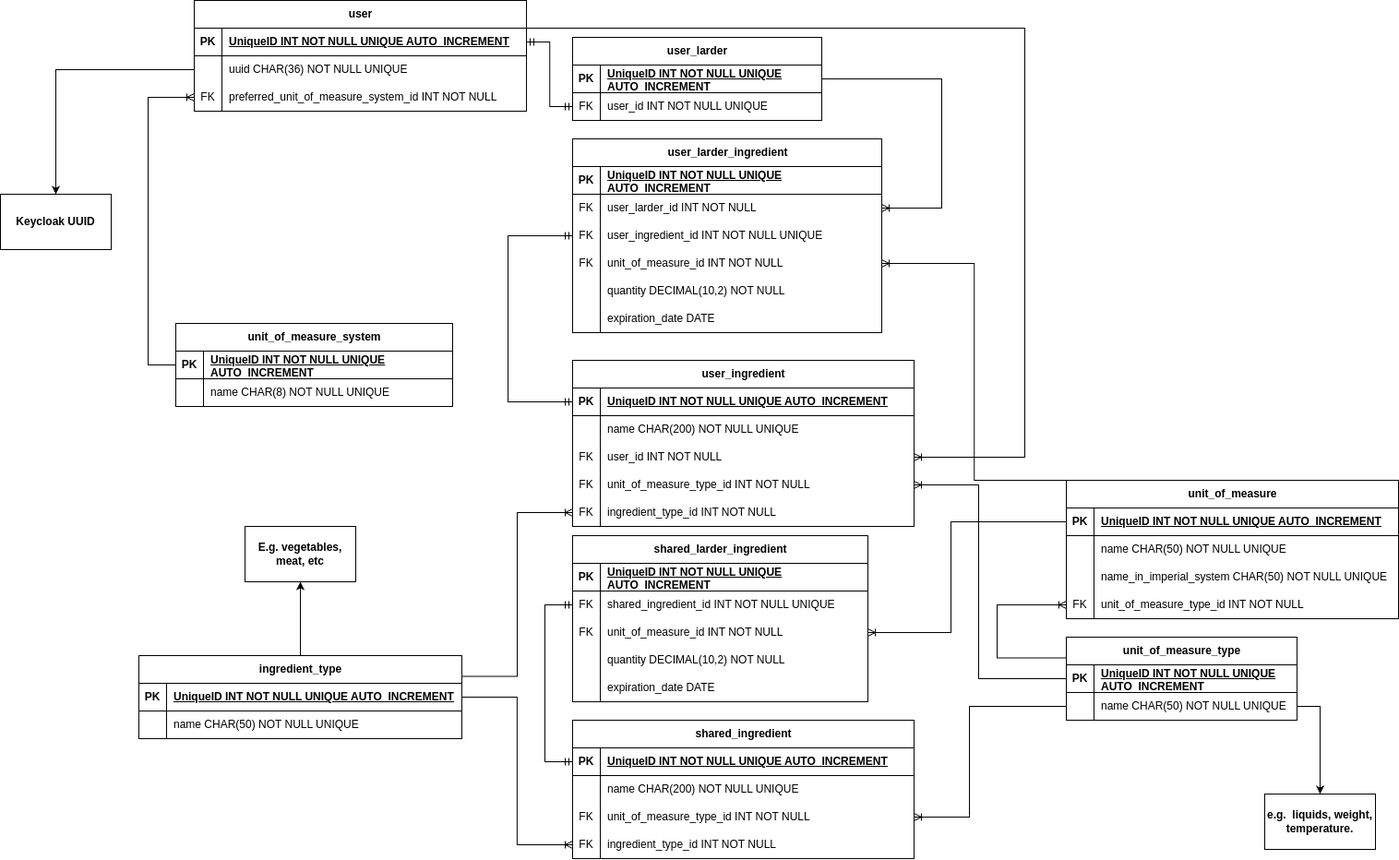
Earlier version of the draw.io export Life-organizer database.png (Ulisessg/life-organizer). Source tidied: cells renumbered, new cells last; positions are measured from the earlier drawing's top-left corner, leaving out a move shared by most shapes.
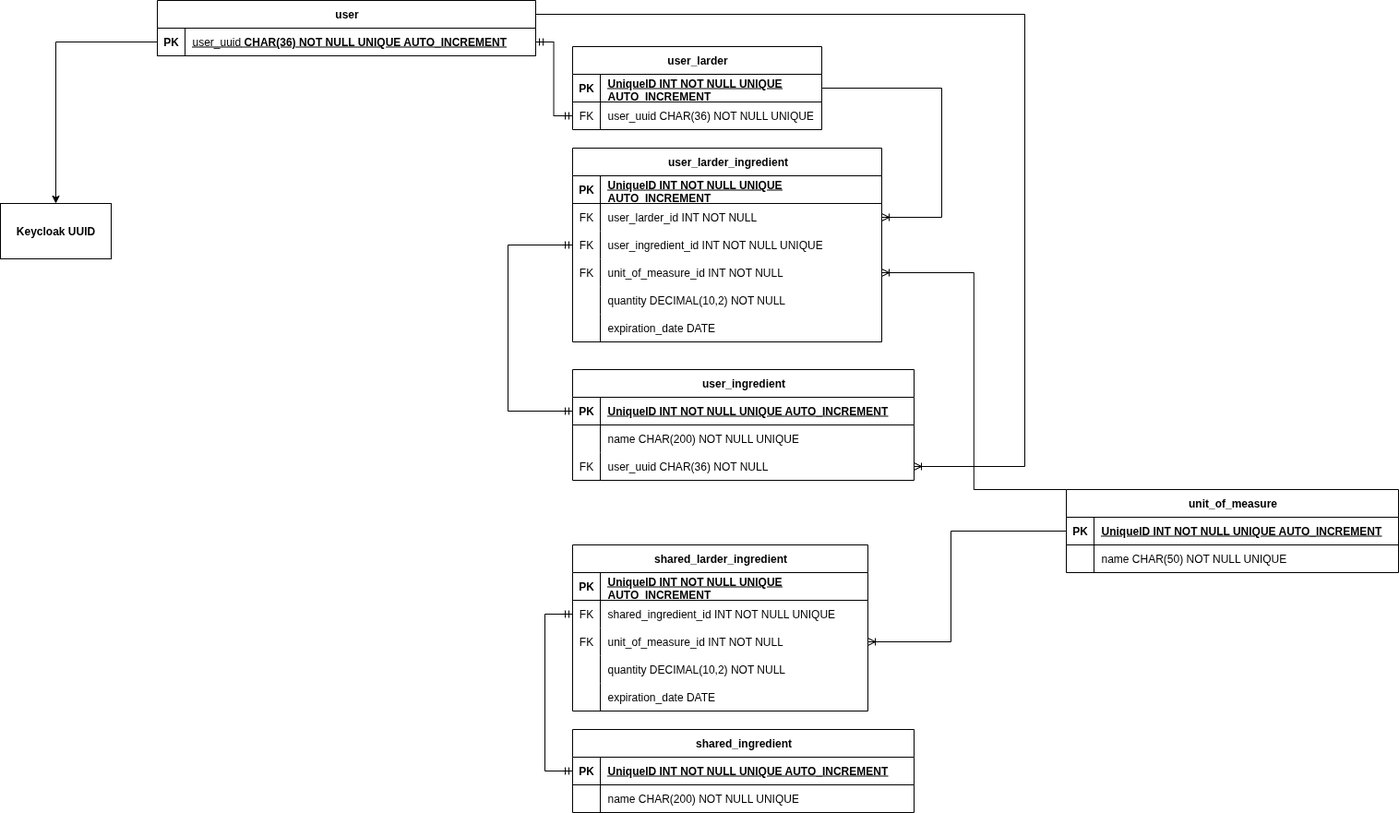
Above is the later version.

Commit message:
Database simplified

Change to the diagram source:
```diff
@@ -4,3 +4,3 @@
     <mxCell id="1" parent="0" />
-    <mxCell id="2" style="edgeStyle=orthogonalEdgeStyle;rounded=0;jettySize=auto;html=1;exitX=0;exitY=0.5;exitDx=0;exitDy=0;" parent="1" edge="1" source="7" target="131">
+    <mxCell id="2" style="edgeStyle=orthogonalEdgeStyle;rounded=0;jettySize=auto;html=1;exitX=0;exitY=0.5;exitDx=0;exitDy=0;" parent="1" edge="1" source="4" target="131">
       <mxGeometry relative="1" as="geometry" />
@@ -8,6 +8,6 @@
     <mxCell id="3" value="user" style="shape=table;startSize=30;rowLines=0;fontStyle=1;align=center;html=1;" parent="1" vertex="1">
-      <mxGeometry x="210" width="360" height="120" as="geometry" />
+      <mxGeometry x="170" y="-10" width="410" height="60" as="geometry" />
     </mxCell>
     <mxCell id="4" style="shape=tableRow;horizontal=0;startSize=0;swimlaneHead=0;swimlaneBody=0;fillColor=none;points=[[0,0.5],[1,0.5]];portConstraint=eastwest;top=0;left=0;right=0;bottom=1;" parent="3" vertex="1">
-      <mxGeometry y="30" width="360" height="30" as="geometry" />
+      <mxGeometry y="30" width="410" height="30" as="geometry" />
     </mxCell>
@@ -16,53 +16,7 @@
     </mxCell>
-    <mxCell id="6" value="UniqueID INT&amp;nbsp;NOT NULL UNIQUE AUTO_INCREMENT" style="shape=partialRectangle;fillColor=none;top=0;left=0;bottom=0;right=0;align=left;spacingLeft=6;fontStyle=5;overflow=hidden;whiteSpace=wrap;html=1;" parent="4" vertex="1">
-      <mxGeometry x="30" width="330" height="30" as="geometry" />
+    <mxCell id="6" value="&lt;span style=&quot;font-weight: 400;&quot;&gt;user_uuid&lt;/span&gt;&amp;nbsp;CHAR(36)&amp;nbsp;NOT NULL UNIQUE AUTO_INCREMENT" style="shape=partialRectangle;fillColor=none;top=0;left=0;bottom=0;right=0;align=left;spacingLeft=6;fontStyle=5;overflow=hidden;whiteSpace=wrap;html=1;" parent="4" vertex="1">
+      <mxGeometry x="30" width="380" height="30" as="geometry" />
     </mxCell>
-    <mxCell id="7" style="shape=tableRow;horizontal=0;startSize=0;swimlaneHead=0;swimlaneBody=0;fillColor=none;points=[[0,0.5],[1,0.5]];portConstraint=eastwest;top=0;left=0;right=0;bottom=0;" parent="3" vertex="1">
-      <mxGeometry y="60" width="360" height="30" as="geometry" />
-    </mxCell>
-    <mxCell id="8" style="shape=partialRectangle;fillColor=none;top=0;left=0;bottom=0;right=0;overflow=hidden;whiteSpace=wrap;html=1;" parent="7" vertex="1">
-      <mxGeometry width="30" height="30" as="geometry" />
-    </mxCell>
-    <mxCell id="9" value="uuid CHAR(36) NOT NULL UNIQUE" style="shape=partialRectangle;fillColor=none;top=0;left=0;bottom=0;right=0;align=left;spacingLeft=6;overflow=hidden;whiteSpace=wrap;html=1;" parent="7" vertex="1">
-      <mxGeometry x="30" width="330" height="30" as="geometry" />
-    </mxCell>
-    <mxCell id="10" style="shape=tableRow;horizontal=0;startSize=0;swimlaneHead=0;swimlaneBody=0;fillColor=none;points=[[0,0.5],[1,0.5]];portConstraint=eastwest;top=0;left=0;right=0;bottom=0;" parent="3" vertex="1">
-      <mxGeometry y="90" width="360" height="30" as="geometry" />
-    </mxCell>
-    <mxCell id="11" value="FK" style="shape=partialRectangle;fillColor=none;top=0;left=0;bottom=0;right=0;overflow=hidden;whiteSpace=wrap;html=1;" parent="10" vertex="1">
-      <mxGeometry width="30" height="30" as="geometry" />
-    </mxCell>
-    <mxCell id="12" value="preferred_unit_of_measure_system_id INT NOT NULL" style="shape=partialRectangle;fillColor=none;top=0;left=0;bottom=0;right=0;align=left;spacingLeft=6;overflow=hidden;whiteSpace=wrap;html=1;" parent="10" vertex="1">
-      <mxGeometry x="30" width="330" height="30" as="geometry" />
-    </mxCell>
-    <mxCell id="13" value="unit_of_measure_system" style="shape=table;startSize=30;rowLines=0;fontStyle=1;align=center;html=1;" parent="1" vertex="1">
-      <mxGeometry x="190" y="350" width="300" height="90" as="geometry" />
-    </mxCell>
-    <mxCell id="14" style="shape=tableRow;horizontal=0;startSize=0;swimlaneHead=0;swimlaneBody=0;fillColor=none;points=[[0,0.5],[1,0.5]];portConstraint=eastwest;top=0;left=0;right=0;bottom=1;" parent="13" vertex="1">
-      <mxGeometry y="30" width="300" height="30" as="geometry" />
-    </mxCell>
-    <mxCell id="15" value="PK" style="shape=partialRectangle;fillColor=none;top=0;left=0;bottom=0;right=0;fontStyle=1;overflow=hidden;whiteSpace=wrap;html=1;" parent="14" vertex="1">
-      <mxGeometry width="30" height="30" as="geometry" />
-    </mxCell>
-    <mxCell id="16" value="UniqueID INT&amp;nbsp;NOT NULL UNIQUE AUTO_INCREMENT" style="shape=partialRectangle;fillColor=none;top=0;left=0;bottom=0;right=0;align=left;spacingLeft=6;fontStyle=5;overflow=hidden;whiteSpace=wrap;html=1;" parent="14" vertex="1">
-      <mxGeometry x="30" width="270" height="30" as="geometry" />
-    </mxCell>
-    <mxCell id="17" style="shape=tableRow;horizontal=0;startSize=0;swimlaneHead=0;swimlaneBody=0;fillColor=none;top=0;left=0;right=0;bottom=0;" parent="13" vertex="1">
-      <mxGeometry y="60" width="300" height="30" as="geometry" />
-    </mxCell>
-    <mxCell id="18" style="shape=partialRectangle;fillColor=none;top=0;left=0;bottom=0;right=0;overflow=hidden;whiteSpace=wrap;html=1;" parent="17" vertex="1">
-      <mxGeometry width="30" height="30" as="geometry" />
-    </mxCell>
-    <mxCell id="19" value="name CHAR(8) NOT NULL UNIQUE" style="shape=partialRectangle;fillColor=none;top=0;left=0;bottom=0;right=0;align=left;spacingLeft=6;overflow=hidden;whiteSpace=wrap;html=1;" parent="17" vertex="1">
-      <mxGeometry x="30" width="270" height="30" as="geometry" />
-    </mxCell>
-    <mxCell id="20" style="edgeStyle=elbowEdgeStyle;fontSize=12;html=1;endArrow=ERoneToMany;rounded=0;exitX=0;exitY=0.5;exitDx=0;exitDy=0;entryX=0;entryY=0.5;entryDx=0;entryDy=0;elbow=vertical;" parent="1" edge="1" source="14" target="10">
-      <mxGeometry relative="1" as="geometry">
-        <Array as="points">
-          <mxPoint x="160" y="340" />
-        </Array>
-      </mxGeometry>
-    </mxCell>
     <mxCell id="21" value="user_ingredient" style="shape=table;startSize=30;rowLines=0;fontStyle=1;align=center;html=1;" parent="1" vertex="1">
-      <mxGeometry x="620" y="390" width="370" height="180" as="geometry" />
+      <mxGeometry x="620" y="390" width="370" height="120" as="geometry" />
     </mxCell>
@@ -92,56 +46,7 @@
     </mxCell>
-    <mxCell id="30" value="user_id INT NOT NULL" style="shape=partialRectangle;fillColor=none;top=0;left=0;bottom=0;right=0;align=left;spacingLeft=6;overflow=hidden;whiteSpace=wrap;html=1;" parent="28" vertex="1">
+    <mxCell id="30" value="user_uuid CHAR(36) NOT NULL" style="shape=partialRectangle;fillColor=none;top=0;left=0;bottom=0;right=0;align=left;spacingLeft=6;overflow=hidden;whiteSpace=wrap;html=1;" parent="28" vertex="1">
       <mxGeometry x="30" width="340" height="30" as="geometry" />
     </mxCell>
-    <mxCell id="31" style="shape=tableRow;horizontal=0;startSize=0;swimlaneHead=0;swimlaneBody=0;fillColor=none;points=[[0,0.5],[1,0.5]];portConstraint=eastwest;top=0;left=0;right=0;bottom=0;" parent="21" vertex="1">
-      <mxGeometry y="120" width="370" height="30" as="geometry" />
-    </mxCell>
-    <mxCell id="32" value="FK" style="shape=partialRectangle;fillColor=none;top=0;left=0;bottom=0;right=0;overflow=hidden;whiteSpace=wrap;html=1;" parent="31" vertex="1">
-      <mxGeometry width="30" height="30" as="geometry" />
-    </mxCell>
-    <mxCell id="33" value="unit_of_measure_type_id INT NOT NULL" style="shape=partialRectangle;fillColor=none;top=0;left=0;bottom=0;right=0;align=left;spacingLeft=6;overflow=hidden;whiteSpace=wrap;html=1;" parent="31" vertex="1">
-      <mxGeometry x="30" width="340" height="30" as="geometry" />
-    </mxCell>
-    <mxCell id="34" style="shape=tableRow;horizontal=0;startSize=0;swimlaneHead=0;swimlaneBody=0;fillColor=none;points=[[0,0.5],[1,0.5]];portConstraint=eastwest;top=0;left=0;right=0;bottom=0;" parent="21" vertex="1">
-      <mxGeometry y="150" width="370" height="30" as="geometry" />
-    </mxCell>
-    <mxCell id="35" value="FK" style="shape=partialRectangle;fillColor=none;top=0;left=0;bottom=0;right=0;overflow=hidden;whiteSpace=wrap;html=1;" parent="34" vertex="1">
-      <mxGeometry width="30" height="30" as="geometry" />
-    </mxCell>
-    <mxCell id="36" value="ingredient_type_id&amp;nbsp;INT NOT NULL" style="shape=partialRectangle;fillColor=none;top=0;left=0;bottom=0;right=0;align=left;spacingLeft=6;overflow=hidden;whiteSpace=wrap;html=1;" parent="34" vertex="1">
-      <mxGeometry x="30" width="340" height="30" as="geometry" />
-    </mxCell>
-    <mxCell id="37" style="edgeStyle=elbowEdgeStyle;rounded=0;jettySize=auto;html=1;exitX=1;exitY=0.5;exitDx=0;exitDy=0;entryX=0.5;entryY=0;entryDx=0;entryDy=0;elbow=vertical;" parent="1" edge="1" source="42" target="45">
-      <mxGeometry relative="1" as="geometry">
-        <Array as="points">
-          <mxPoint x="1400" y="765" />
-        </Array>
-      </mxGeometry>
-    </mxCell>
-    <mxCell id="38" value="unit_of_measure_type" style="shape=table;startSize=30;rowLines=0;fontStyle=1;align=center;html=1;" parent="1" vertex="1">
-      <mxGeometry x="1155" y="690" width="250" height="90" as="geometry" />
-    </mxCell>
-    <mxCell id="39" style="shape=tableRow;horizontal=0;startSize=0;swimlaneHead=0;swimlaneBody=0;fillColor=none;points=[[0,0.5],[1,0.5]];portConstraint=eastwest;top=0;left=0;right=0;bottom=1;" parent="38" vertex="1">
-      <mxGeometry y="30" width="250" height="30" as="geometry" />
-    </mxCell>
-    <mxCell id="40" value="PK" style="shape=partialRectangle;fillColor=none;top=0;left=0;bottom=0;right=0;fontStyle=1;overflow=hidden;whiteSpace=wrap;html=1;" parent="39" vertex="1">
-      <mxGeometry width="30" height="30" as="geometry" />
-    </mxCell>
-    <mxCell id="41" value="UniqueID INT&amp;nbsp;NOT NULL UNIQUE AUTO_INCREMENT" style="shape=partialRectangle;fillColor=none;top=0;left=0;bottom=0;right=0;align=left;spacingLeft=6;fontStyle=5;overflow=hidden;whiteSpace=wrap;html=1;" parent="39" vertex="1">
-      <mxGeometry x="30" width="220" height="30" as="geometry" />
-    </mxCell>
-    <mxCell id="42" style="shape=tableRow;horizontal=0;startSize=0;swimlaneHead=0;swimlaneBody=0;fillColor=none;points=[[0,0.5],[1,0.5]];portConstraint=eastwest;top=0;left=0;right=0;bottom=0;" parent="38" vertex="1">
-      <mxGeometry y="60" width="250" height="30" as="geometry" />
-    </mxCell>
-    <mxCell id="43" style="shape=partialRectangle;fillColor=none;top=0;left=0;bottom=0;right=0;overflow=hidden;whiteSpace=wrap;html=1;" parent="42" vertex="1">
-      <mxGeometry width="30" height="30" as="geometry" />
-    </mxCell>
-    <mxCell id="44" value="name CHAR(50) NOT NULL UNIQUE" style="shape=partialRectangle;fillColor=none;top=0;left=0;bottom=0;right=0;align=left;spacingLeft=6;overflow=hidden;whiteSpace=wrap;html=1;" parent="42" vertex="1">
-      <mxGeometry x="30" width="220" height="30" as="geometry" />
-    </mxCell>
-    <mxCell id="45" value="e.g.&amp;nbsp; liquids, weight, temperature." style="whiteSpace=wrap;html=1;startSize=30;fontStyle=1;" parent="1" vertex="1">
-      <mxGeometry x="1370" y="860" width="120" height="60" as="geometry" />
-    </mxCell>
     <mxCell id="46" value="unit&lt;span style=&quot;background-color: transparent; color: light-dark(rgb(0, 0, 0), rgb(255, 255, 255));&quot;&gt;_of_measure&lt;/span&gt;" style="shape=table;startSize=30;rowLines=0;fontStyle=1;align=center;html=1;" parent="1" vertex="1">
-      <mxGeometry x="1155" y="520" width="360" height="150" as="geometry" />
+      <mxGeometry x="1155" y="520" width="360" height="90" as="geometry" />
     </mxCell>
@@ -165,34 +70,2 @@
     </mxCell>
-    <mxCell id="53" style="shape=tableRow;horizontal=0;startSize=0;swimlaneHead=0;swimlaneBody=0;fillColor=none;top=0;left=0;right=0;bottom=0;" parent="46" vertex="1">
-      <mxGeometry y="90" width="360" height="30" as="geometry" />
-    </mxCell>
-    <mxCell id="54" style="shape=partialRectangle;fillColor=none;top=0;left=0;bottom=0;right=0;overflow=hidden;whiteSpace=wrap;html=1;" parent="53" vertex="1">
-      <mxGeometry width="30" height="30" as="geometry" />
-    </mxCell>
-    <mxCell id="55" value="name_in_imperial_system CHAR(50) NOT NULL UNIQUE" style="shape=partialRectangle;fillColor=none;top=0;left=0;bottom=0;right=0;align=left;spacingLeft=6;overflow=hidden;whiteSpace=wrap;html=1;" parent="53" vertex="1">
-      <mxGeometry x="30" width="330" height="30" as="geometry" />
-    </mxCell>
-    <mxCell id="56" style="shape=tableRow;horizontal=0;startSize=0;swimlaneHead=0;swimlaneBody=0;fillColor=none;points=[[0,0.5],[1,0.5]];portConstraint=eastwest;top=0;left=0;right=0;bottom=0;" parent="46" vertex="1">
-      <mxGeometry y="120" width="360" height="30" as="geometry" />
-    </mxCell>
-    <mxCell id="57" value="FK" style="shape=partialRectangle;fillColor=none;top=0;left=0;bottom=0;right=0;overflow=hidden;whiteSpace=wrap;html=1;" parent="56" vertex="1">
-      <mxGeometry width="30" height="30" as="geometry" />
-    </mxCell>
-    <mxCell id="58" value="unit_of_measure_type_id INT NOT NULL" style="shape=partialRectangle;fillColor=none;top=0;left=0;bottom=0;right=0;align=left;spacingLeft=6;overflow=hidden;whiteSpace=wrap;html=1;" parent="56" vertex="1">
-      <mxGeometry x="30" width="330" height="30" as="geometry" />
-    </mxCell>
-    <mxCell id="59" style="edgeStyle=elbowEdgeStyle;fontSize=12;html=1;endArrow=ERoneToMany;rounded=0;exitX=0;exitY=0.25;exitDx=0;exitDy=0;entryX=0;entryY=0.5;entryDx=0;entryDy=0;elbow=vertical;" parent="1" edge="1" source="38" target="56">
-      <mxGeometry relative="1" as="geometry">
-        <Array as="points">
-          <mxPoint x="1080" y="670" />
-        </Array>
-      </mxGeometry>
-    </mxCell>
-    <mxCell id="60" style="edgeStyle=elbowEdgeStyle;fontSize=12;html=1;endArrow=ERoneToMany;rounded=0;exitX=0;exitY=0.5;exitDx=0;exitDy=0;entryX=1;entryY=0.5;entryDx=0;entryDy=0;" parent="1" edge="1" source="39" target="31">
-      <mxGeometry relative="1" as="geometry">
-        <Array as="points">
-          <mxPoint x="1060" y="630" />
-        </Array>
-      </mxGeometry>
-    </mxCell>
     <mxCell id="61" value="user_larder" style="shape=table;startSize=30;rowLines=0;fontStyle=1;align=center;html=1;" parent="1" vertex="1">
@@ -215,3 +88,3 @@
     </mxCell>
-    <mxCell id="67" value="user_id INT NOT NULL UNIQUE" style="shape=partialRectangle;fillColor=none;top=0;left=0;bottom=0;right=0;align=left;spacingLeft=6;overflow=hidden;whiteSpace=wrap;html=1;" parent="65" vertex="1">
+    <mxCell id="67" value="user_uuid CHAR(36) NOT NULL UNIQUE" style="shape=partialRectangle;fillColor=none;top=0;left=0;bottom=0;right=0;align=left;spacingLeft=6;overflow=hidden;whiteSpace=wrap;html=1;" parent="65" vertex="1">
       <mxGeometry x="30" width="240" height="30" as="geometry" />
@@ -283,3 +156,3 @@
     <mxCell id="88" value="shared_ingredient" style="shape=table;startSize=30;rowLines=0;fontStyle=1;align=center;html=1;" parent="1" vertex="1">
-      <mxGeometry x="620" y="780" width="370" height="150" as="geometry" />
+      <mxGeometry x="620" y="780" width="370" height="90" as="geometry" />
     </mxCell>
@@ -303,27 +176,2 @@
     </mxCell>
-    <mxCell id="95" style="shape=tableRow;horizontal=0;startSize=0;swimlaneHead=0;swimlaneBody=0;fillColor=none;points=[[0,0.5],[1,0.5]];portConstraint=eastwest;top=0;left=0;right=0;bottom=0;" parent="88" vertex="1">
-      <mxGeometry y="90" width="370" height="30" as="geometry" />
-    </mxCell>
-    <mxCell id="96" value="FK" style="shape=partialRectangle;fillColor=none;top=0;left=0;bottom=0;right=0;overflow=hidden;whiteSpace=wrap;html=1;" parent="95" vertex="1">
-      <mxGeometry width="30" height="30" as="geometry" />
-    </mxCell>
-    <mxCell id="97" value="unit_of_measure_type_id INT NOT NULL" style="shape=partialRectangle;fillColor=none;top=0;left=0;bottom=0;right=0;align=left;spacingLeft=6;overflow=hidden;whiteSpace=wrap;html=1;" parent="95" vertex="1">
-      <mxGeometry x="30" width="340" height="30" as="geometry" />
-    </mxCell>
-    <mxCell id="98" style="shape=tableRow;horizontal=0;startSize=0;swimlaneHead=0;swimlaneBody=0;fillColor=none;points=[[0,0.5],[1,0.5]];portConstraint=eastwest;top=0;left=0;right=0;bottom=0;" parent="88" vertex="1">
-      <mxGeometry y="120" width="370" height="30" as="geometry" />
-    </mxCell>
-    <mxCell id="99" value="FK" style="shape=partialRectangle;fillColor=none;top=0;left=0;bottom=0;right=0;overflow=hidden;whiteSpace=wrap;html=1;" parent="98" vertex="1">
-      <mxGeometry width="30" height="30" as="geometry" />
-    </mxCell>
-    <mxCell id="100" value="ingredient_type_id INT NOT NULL" style="shape=partialRectangle;fillColor=none;top=0;left=0;bottom=0;right=0;align=left;spacingLeft=6;overflow=hidden;whiteSpace=wrap;html=1;" parent="98" vertex="1">
-      <mxGeometry x="30" width="340" height="30" as="geometry" />
-    </mxCell>
-    <mxCell id="101" style="edgeStyle=elbowEdgeStyle;fontSize=12;html=1;endArrow=ERoneToMany;rounded=0;exitX=0;exitY=0.5;exitDx=0;exitDy=0;entryX=1;entryY=0.5;entryDx=0;entryDy=0;" parent="1" edge="1" source="42" target="95">
-      <mxGeometry relative="1" as="geometry">
-        <Array as="points">
-          <mxPoint x="1050" y="800" />
-        </Array>
-      </mxGeometry>
-    </mxCell>
     <mxCell id="102" value="shared_larder_ingredient" style="shape=table;startSize=30;rowLines=0;fontStyle=1;align=center;html=1;" parent="1" vertex="1">
@@ -386,39 +234,2 @@
     </mxCell>
-    <mxCell id="120" style="edgeStyle=orthogonalEdgeStyle;rounded=0;jettySize=auto;html=1;" parent="1" edge="1" source="121" target="130">
-      <mxGeometry relative="1" as="geometry" />
-    </mxCell>
-    <mxCell id="121" value="ingredient_type" style="shape=table;startSize=30;rowLines=0;fontStyle=1;align=center;html=1;" parent="1" vertex="1">
-      <mxGeometry x="150" y="710" width="350" height="90" as="geometry" />
-    </mxCell>
-    <mxCell id="122" style="shape=tableRow;horizontal=0;startSize=0;swimlaneHead=0;swimlaneBody=0;fillColor=none;points=[[0,0.5],[1,0.5]];portConstraint=eastwest;top=0;left=0;right=0;bottom=1;" parent="121" vertex="1">
-      <mxGeometry y="30" width="350" height="30" as="geometry" />
-    </mxCell>
-    <mxCell id="123" value="PK" style="shape=partialRectangle;fillColor=none;top=0;left=0;bottom=0;right=0;fontStyle=1;overflow=hidden;whiteSpace=wrap;html=1;" parent="122" vertex="1">
-      <mxGeometry width="30" height="30" as="geometry" />
-    </mxCell>
-    <mxCell id="124" value="UniqueID INT&amp;nbsp;NOT NULL UNIQUE AUTO_INCREMENT" style="shape=partialRectangle;fillColor=none;top=0;left=0;bottom=0;right=0;align=left;spacingLeft=6;fontStyle=5;overflow=hidden;whiteSpace=wrap;html=1;" parent="122" vertex="1">
-      <mxGeometry x="30" width="320" height="30" as="geometry" />
-    </mxCell>
-    <mxCell id="125" style="shape=tableRow;horizontal=0;startSize=0;swimlaneHead=0;swimlaneBody=0;fillColor=none;top=0;left=0;right=0;bottom=0;" parent="121" vertex="1">
-      <mxGeometry y="60" width="350" height="30" as="geometry" />
-    </mxCell>
-    <mxCell id="126" style="shape=partialRectangle;fillColor=none;top=0;left=0;bottom=0;right=0;overflow=hidden;whiteSpace=wrap;html=1;" parent="125" vertex="1">
-      <mxGeometry width="30" height="30" as="geometry" />
-    </mxCell>
-    <mxCell id="127" value="name CHAR(50) NOT NULL UNIQUE" style="shape=partialRectangle;fillColor=none;top=0;left=0;bottom=0;right=0;align=left;spacingLeft=6;overflow=hidden;whiteSpace=wrap;html=1;" parent="125" vertex="1">
-      <mxGeometry x="30" width="320" height="30" as="geometry" />
-    </mxCell>
-    <mxCell id="128" style="edgeStyle=elbowEdgeStyle;fontSize=12;html=1;endArrow=ERoneToMany;rounded=0;exitX=1;exitY=0.5;exitDx=0;exitDy=0;entryX=0;entryY=0.5;entryDx=0;entryDy=0;" parent="1" edge="1" source="122" target="98">
-      <mxGeometry relative="1" as="geometry" />
-    </mxCell>
-    <mxCell id="129" style="edgeStyle=elbowEdgeStyle;fontSize=12;html=1;endArrow=ERoneToMany;rounded=0;exitX=1;exitY=0.25;exitDx=0;exitDy=0;entryX=0;entryY=0.5;entryDx=0;entryDy=0;" parent="1" edge="1" source="121" target="34">
-      <mxGeometry relative="1" as="geometry">
-        <Array as="points">
-          <mxPoint x="560" y="760" />
-        </Array>
-      </mxGeometry>
-    </mxCell>
-    <mxCell id="130" value="E.g. vegetables, meat, etc" style="whiteSpace=wrap;html=1;startSize=30;fontStyle=1;" parent="1" vertex="1">
-      <mxGeometry x="265" y="570" width="120" height="60" as="geometry" />
-    </mxCell>
     <mxCell id="131" value="Keycloak UUID" style="whiteSpace=wrap;html=1;startSize=30;fontStyle=1;" parent="1" vertex="1">
```
